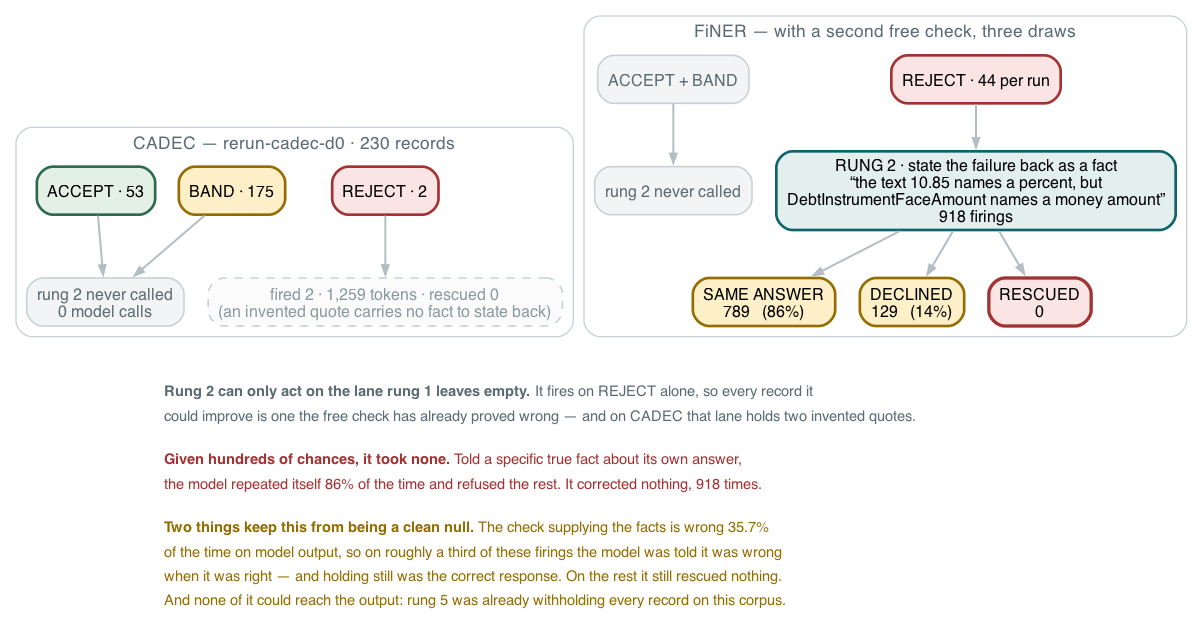
This is docs/figures/fig13-rung2.png from wbagais/reliability-ladder, a Graphviz export, as it was before one commit. Its source is kept beside it as docs/figures/fig13-rung2.dot.
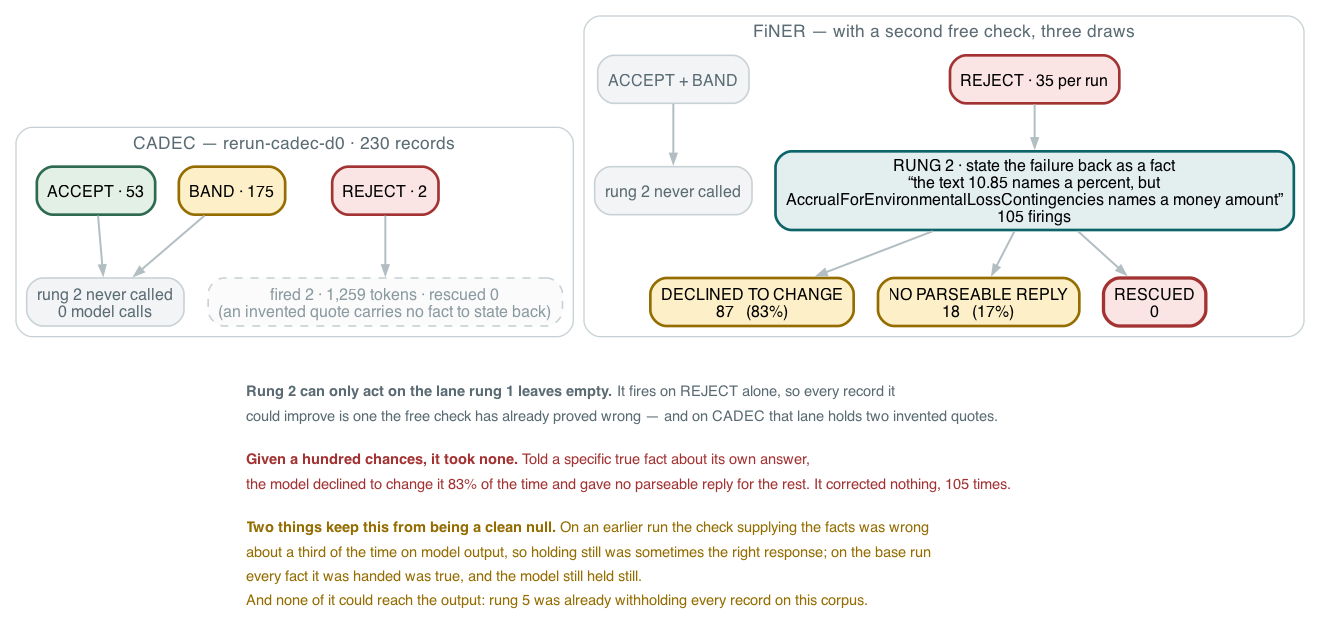
After the commit.

The edit, as a diff of the source:
```diff
@@ -20,12 +20,12 @@
     label="  FiNER — with a second free check, three draws  "; fontname="Helvetica";
     fontsize=13; color="#c8d1d5"; style=rounded; fontcolor="#5a6b73";
     fa [label="ACCEPT + BAND" fillcolor="#f2f4f5" fontcolor="#5a6b73"];
-    fr [label="REJECT · 44 per run" fillcolor="#fbe4e4" color="#a33333" penwidth=2];
+    fr [label="REJECT · 35 per run" fillcolor="#fbe4e4" color="#a33333" penwidth=2];
     fskip [label="rung 2 never called" fillcolor="#f2f4f5" fontcolor="#5a6b73"];
-    f2 [label="RUNG 2 · state the failure back as a fact\n“the text 10.85 names a percent, but\nDebtInstrumentFaceAmount names a money amount”\n918 firings"
+    f2 [label="RUNG 2 · state the failure back as a fact\n“the text 10.85 names a percent, but\nAccrualForEnvironmentalLossContingencies names a money amount”\n105 firings"
         fillcolor="#e3eeef" color="#0c6469" penwidth=2];
-    unch [label="SAME ANSWER\n789   (86%)" fillcolor="#fdf0c8" color="#946c00" penwidth=2];
-    decl [label="DECLINED\n129   (14%)" fillcolor="#fdf0c8" color="#946c00" penwidth=2];
+    unch [label="DECLINED TO CHANGE\n87   (83%)" fillcolor="#fdf0c8" color="#946c00" penwidth=2];
+    decl [label="NO PARSEABLE REPLY\n18   (17%)" fillcolor="#fdf0c8" color="#946c00" penwidth=2];
     resc [label="RESCUED\n0" fillcolor="#fbe4e4" color="#a33333" penwidth=2.5];
     fa -> fskip; fr -> f2;
     f2 -> unch; f2 -> decl; f2 -> resc;
@@ -38,12 +38,12 @@
         <TR><TD ALIGN="LEFT"><FONT POINT-SIZE="11" COLOR="#5a6b73"><B>Rung 2 can only act on the lane rung 1 leaves empty.</B> It fires on REJECT alone, so every record it</FONT></TD></TR>
         <TR><TD ALIGN="LEFT"><FONT POINT-SIZE="11" COLOR="#5a6b73">could improve is one the free check has already proved wrong — and on CADEC that lane holds two invented quotes.</FONT></TD></TR>
         <TR><TD ALIGN="LEFT"><FONT POINT-SIZE="8"> </FONT></TD></TR>
-        <TR><TD ALIGN="LEFT"><FONT POINT-SIZE="11" COLOR="#a33333"><B>Given hundreds of chances, it took none.</B> Told a specific true fact about its own answer,</FONT></TD></TR>
-        <TR><TD ALIGN="LEFT"><FONT POINT-SIZE="11" COLOR="#a33333">the model repeated itself 86% of the time and refused the rest. It corrected nothing, 918 times.</FONT></TD></TR>
+        <TR><TD ALIGN="LEFT"><FONT POINT-SIZE="11" COLOR="#a33333"><B>Given a hundred chances, it took none.</B> Told a specific true fact about its own answer,</FONT></TD></TR>
+        <TR><TD ALIGN="LEFT"><FONT POINT-SIZE="11" COLOR="#a33333">the model declined to change it 83% of the time and gave no parseable reply for the rest. It corrected nothing, 105 times.</FONT></TD></TR>
         <TR><TD ALIGN="LEFT"><FONT POINT-SIZE="8"> </FONT></TD></TR>
-        <TR><TD ALIGN="LEFT"><FONT POINT-SIZE="11" COLOR="#946c00"><B>Two things keep this from being a clean null.</B> The check supplying the facts is wrong 35.7%</FONT></TD></TR>
-        <TR><TD ALIGN="LEFT"><FONT POINT-SIZE="11" COLOR="#946c00">of the time on model output, so on roughly a third of these firings the model was told it was wrong</FONT></TD></TR>
-        <TR><TD ALIGN="LEFT"><FONT POINT-SIZE="11" COLOR="#946c00">when it was right — and holding still was the correct response. On the rest it still rescued nothing.</FONT></TD></TR>
+        <TR><TD ALIGN="LEFT"><FONT POINT-SIZE="11" COLOR="#946c00"><B>Two things keep this from being a clean null.</B> On an earlier run the check supplying the facts was wrong</FONT></TD></TR>
+        <TR><TD ALIGN="LEFT"><FONT POINT-SIZE="11" COLOR="#946c00">about a third of the time on model output, so holding still was sometimes the right response; on the base run</FONT></TD></TR>
+        <TR><TD ALIGN="LEFT"><FONT POINT-SIZE="11" COLOR="#946c00">every fact it was handed was true, and the model still held still.</FONT></TD></TR>
         <TR><TD ALIGN="LEFT"><FONT POINT-SIZE="11" COLOR="#946c00">And none of it could reach the output: rung 5 was already withholding every record on this corpus.</FONT></TD></TR>
         </TABLE>>];
   cskip -> note [style=invis]; resc -> note [style=invis];
```
